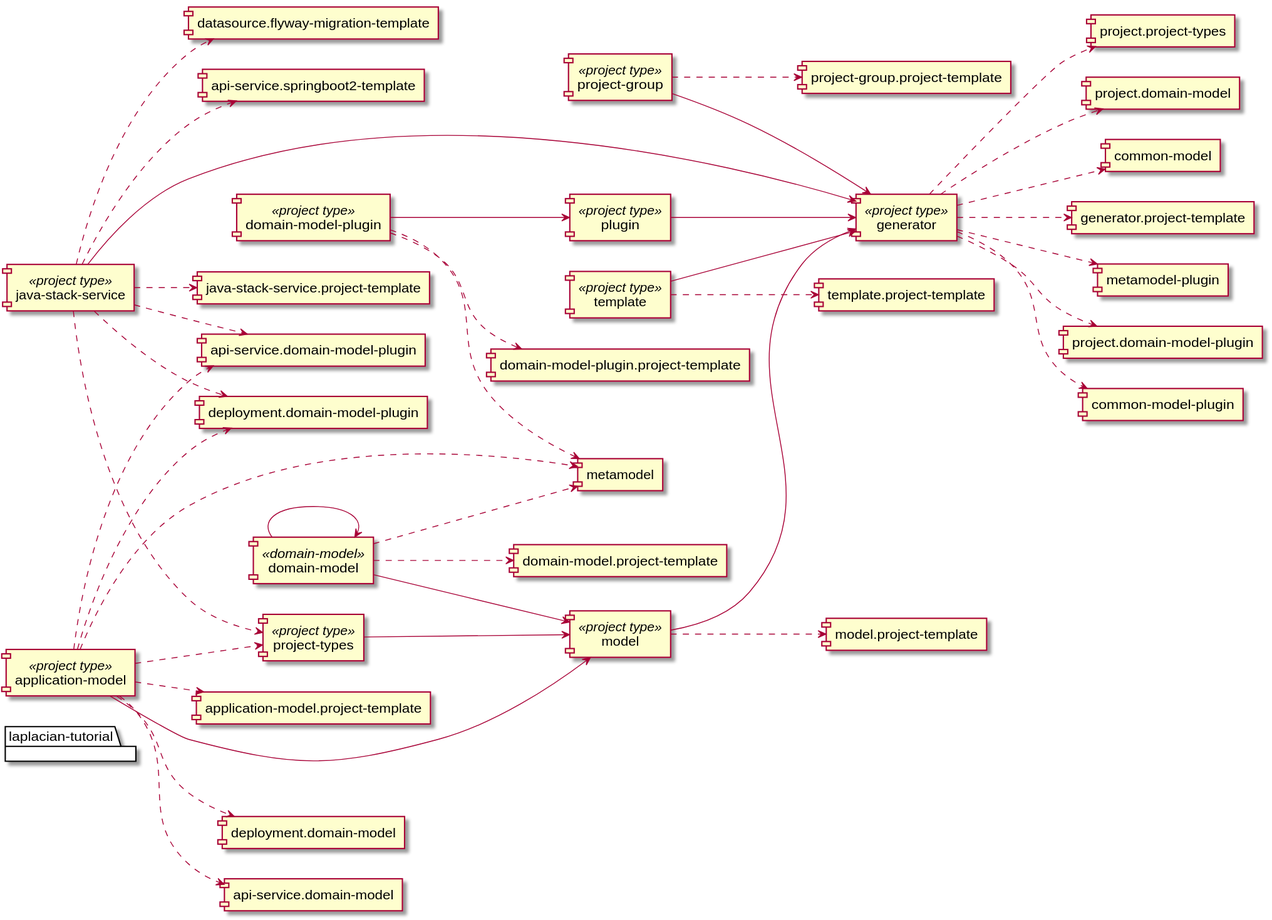
This is doc/image/project-dependency-graph.svg from laplacian-tutorial/generated-project, a PlantUML export, as it was before one commit.
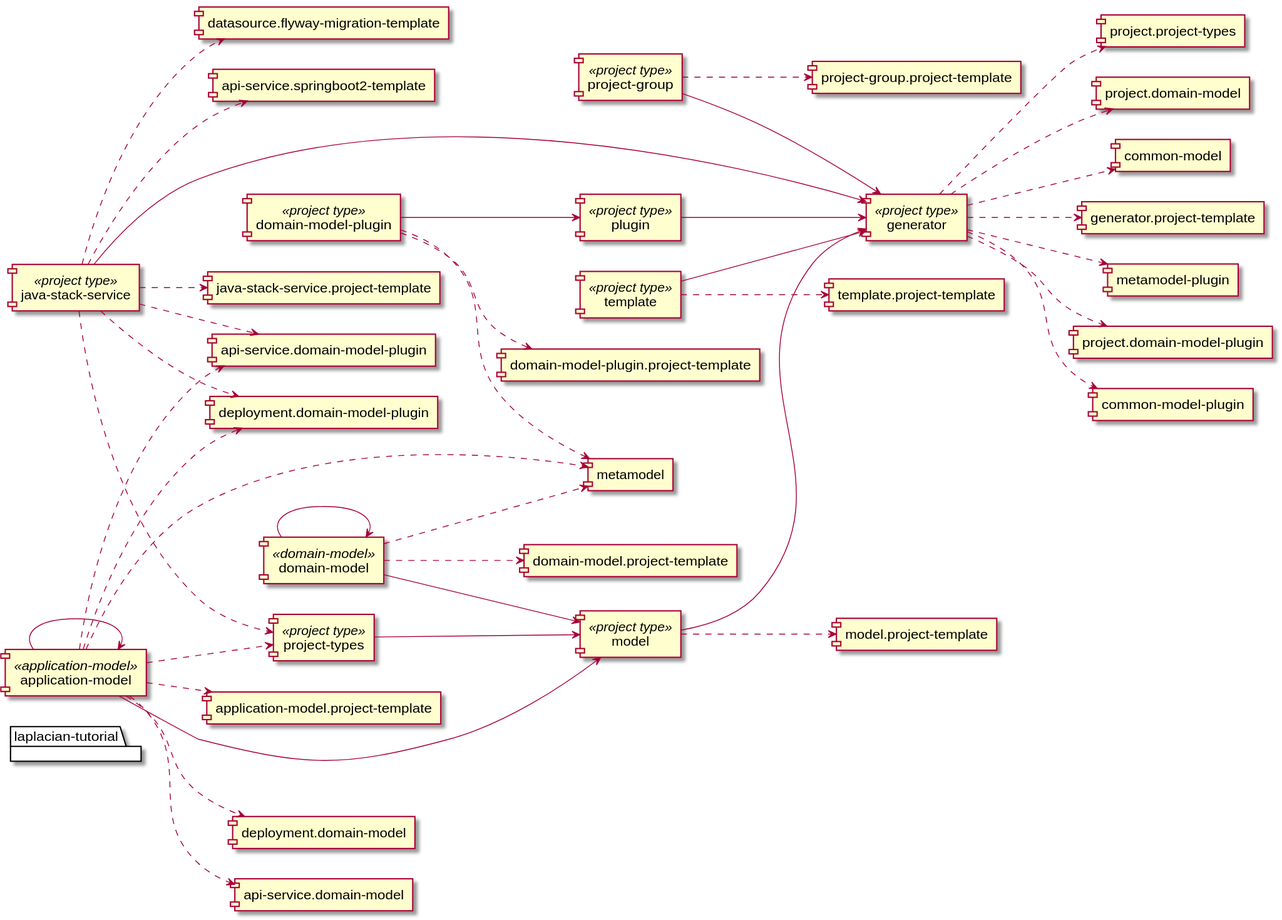
The same file after the commit.

Change to the diagram source:
```diff
@@ -25,6 +25,8 @@
 
 
 package "laplacian-tutorial" {
+  [application-model] <<application-model>>
+  [application-model] --> [application-model]
   [domain-model] <<domain-model>>
   [domain-model] --> [domain-model]
 }
```
